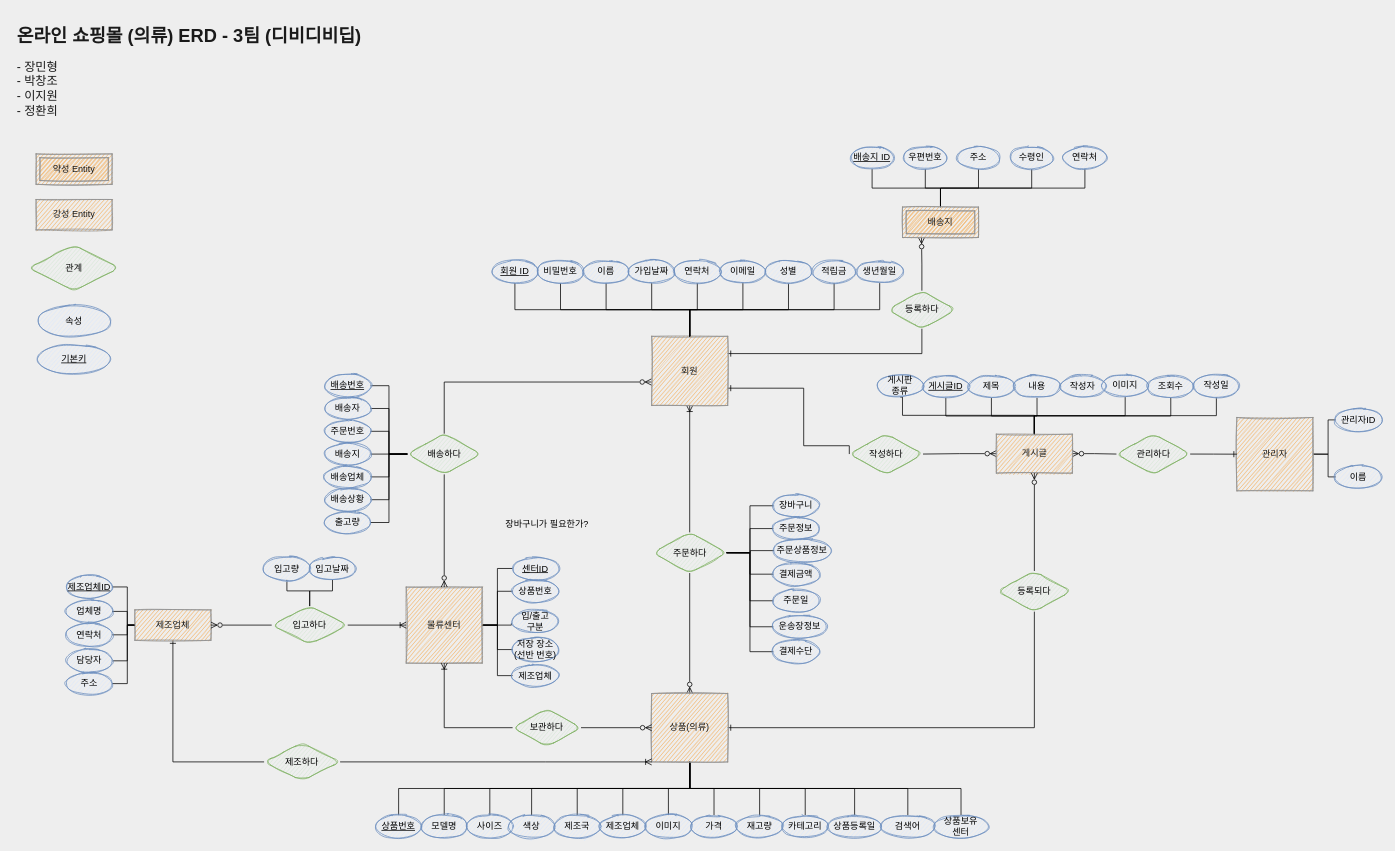
Before: page "새로만든ER" (3 of 3) of Untitled Diagram.drawio in pcjo1202/DataBase-design, a draw.io diagram. Source tidied: cells renumbered, new cells numbered last; positions are measured from the earlier drawing's top-left corner, leaving out a move shared by most shapes. Both pictures are drawn from the tidied source at 76%, with x=0, y=0 at pixel (13, 21).
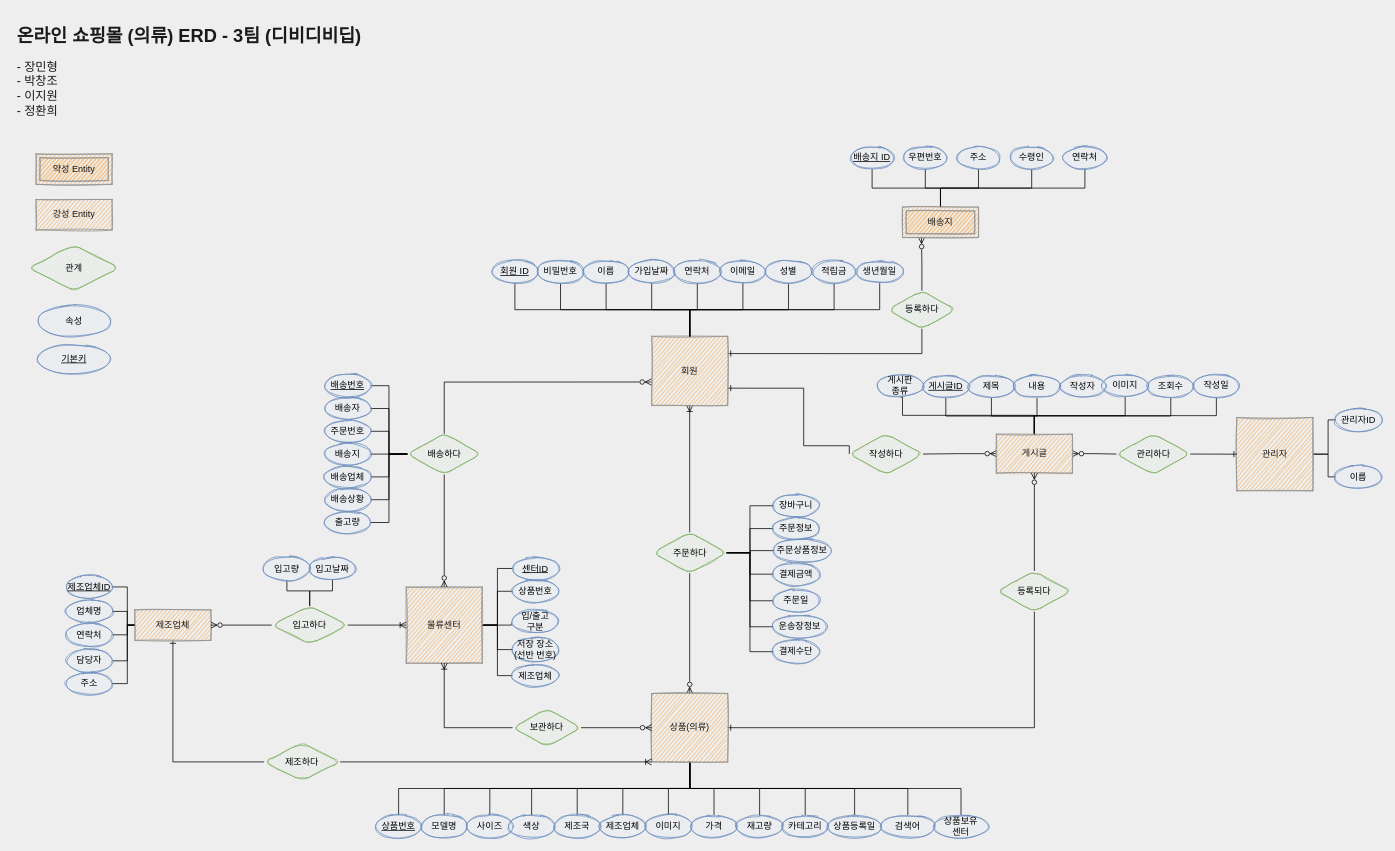
After the change.

Change to the diagram source:
```diff
@@
-    <mxCell id="168" value="장바구니가 필요한가?" style="text;html=1;align=center;verticalAlign=middle;strokeColor=none;fillColor=none;" parent="1" vertex="1">
-      <mxGeometry x="642" y="653" width="120" height="20" as="geometry" />
-    </mxCell>
```
